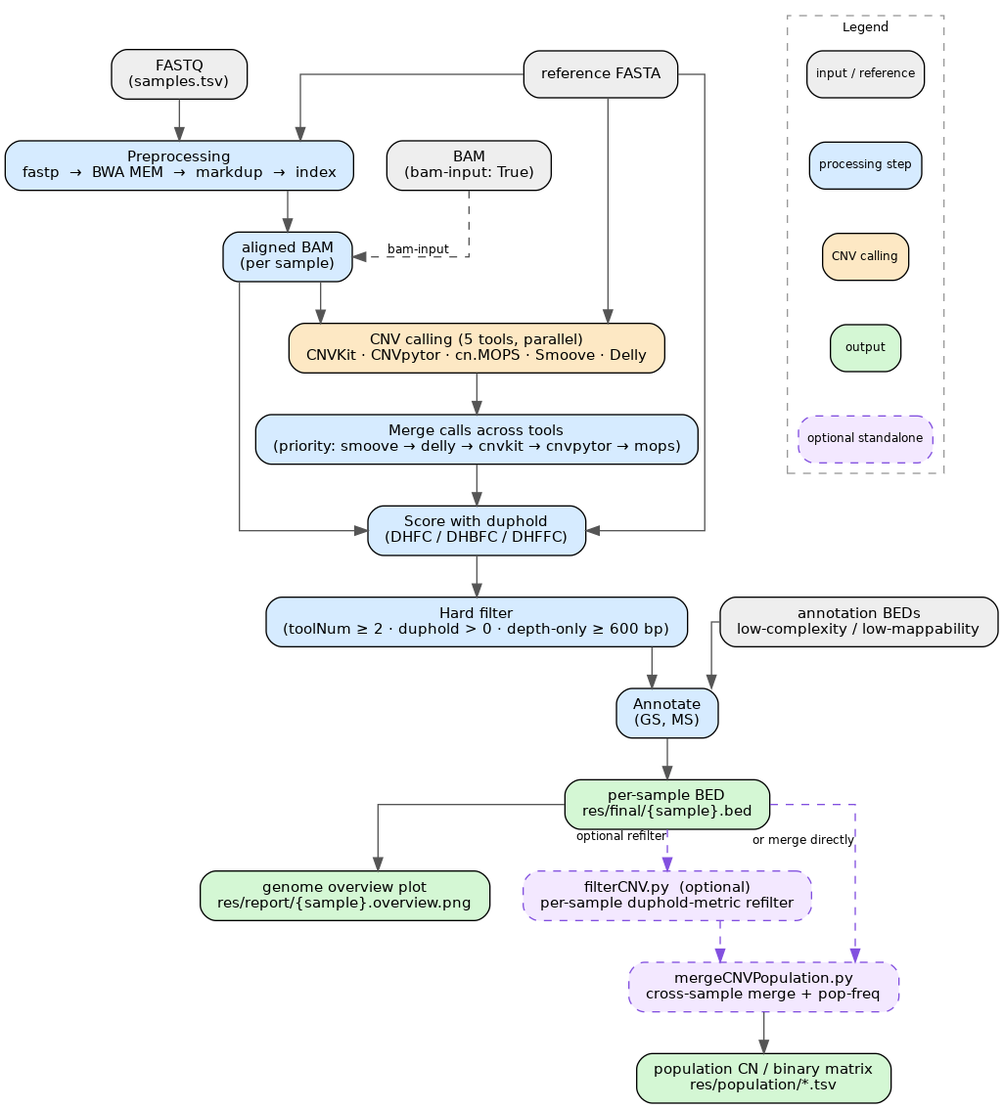
guosongjia/FissionCNV keeps this Graphviz diagram as pipeline.png. Above is the earlier version. Its source is kept beside it as pipeline.dot.
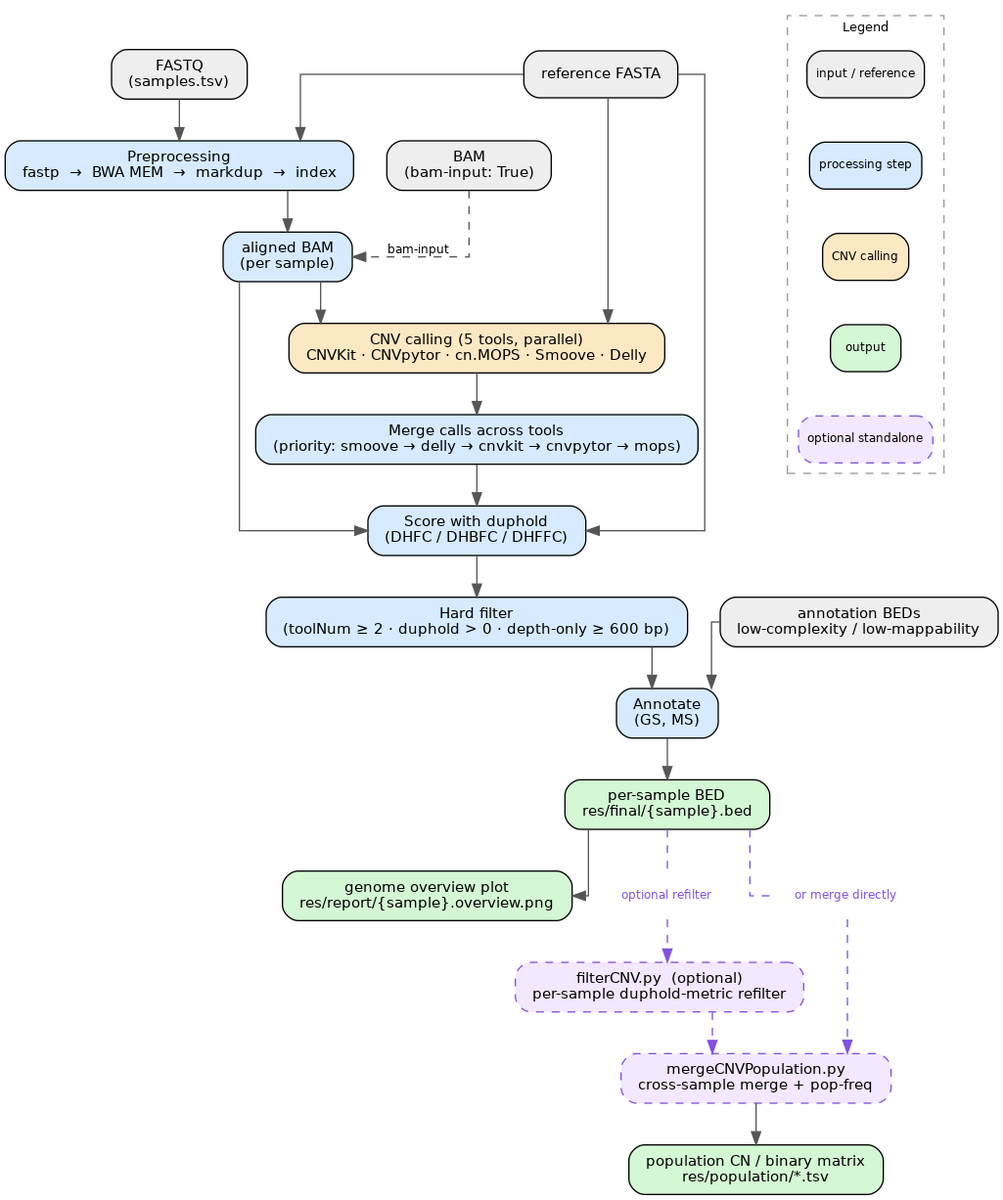
After the commit.

Commit message:
Align optional-merge edge labels in pipeline diagram

ortho splines ignore edge labels, so the two dashed-edge captions landed at
different heights. Carry them on plaintext nodes pinned with rank=same so
"optional refilter" and "or merge directly" sit on one horizontal line.

Diff of the diagram source:
```diff
@@ -41,8 +41,13 @@
     merge -> duphold -> filter -> annot -> final;
     anno  -> annot;
     final -> plot;
-    final -> refilt [style=dashed, color="#8250df", xlabel="optional refilter"];
-    final -> popm   [style=dashed, color="#8250df", xlabel="or merge directly"];
+    lblA [label="optional refilter", shape=plaintext, style="", fillcolor="none", fontsize=9, fontcolor="#8250df"];
+    lblB [label="or merge directly", shape=plaintext, style="", fillcolor="none", fontsize=9, fontcolor="#8250df"];
+    { rank=same; lblA; lblB; }
+    final -> lblB [style=dashed, color="#8250df", dir=none];
+    lblB -> popm  [style=dashed, color="#8250df"];
+    final -> lblA [style=dashed, color="#8250df", dir=none];
+    lblA -> refilt [style=dashed, color="#8250df"];
     refilt -> popm  [style=dashed, color="#8250df"];
     popm  -> popmat;
 
```
